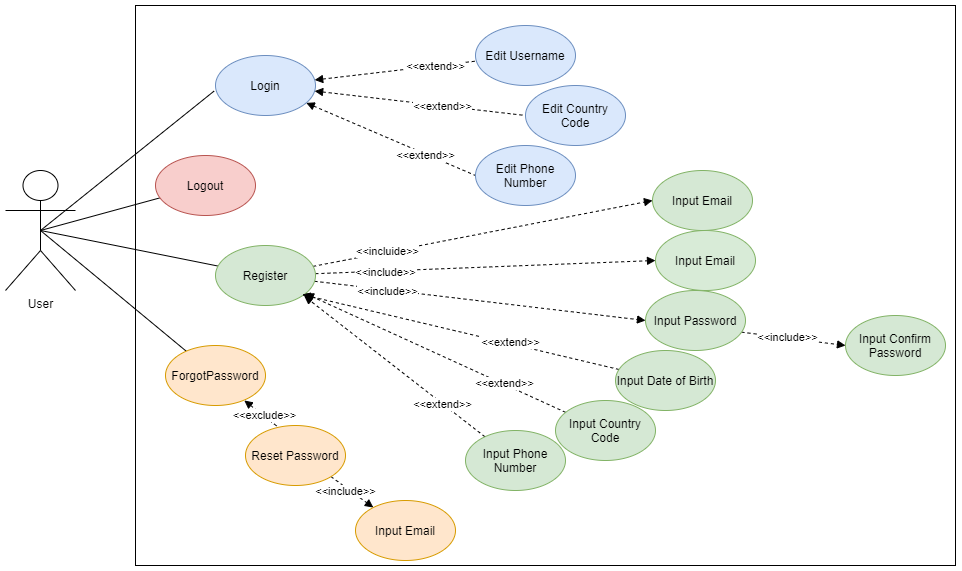
Earlier version of the draw.io export public/Diagrams/use-case-diagram.png (ianpea/Login-Service). Source tidied: cells renumbered, new cells last; positions are measured from the earlier drawing's top-left corner, leaving out a move shared by most shapes.
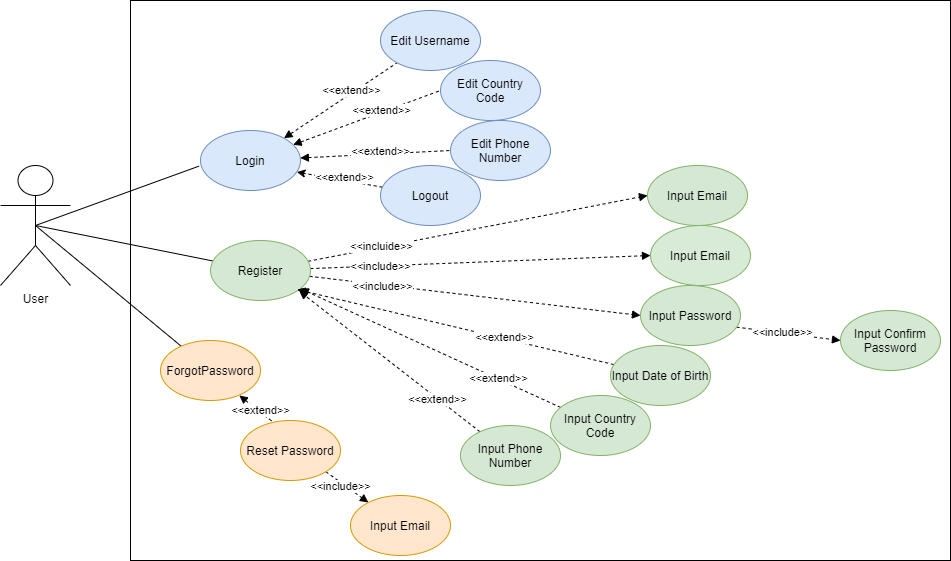
After the commit.

Change to the diagram source:
```diff
@@ -16,7 +16,7 @@
     </mxCell>
     <mxCell id="6" value="&amp;lt;&amp;lt;extend&amp;gt;&amp;gt;" style="edgeLabel;html=1;align=center;verticalAlign=middle;rotation=0;" parent="5" vertex="1">
       <mxGeometry x="-0.11" y="1" relative="1" as="geometry">
-        <mxPoint x="49" y="-5" as="offset" />
+        <mxPoint x="17.1" y="-13.6" as="offset" />
       </mxGeometry>
     </mxCell>
     <mxCell id="7" style="edgeStyle=none;rounded=0;jumpStyle=none;jettySize=auto;html=1;entryX=0;entryY=0.5;entryDx=0;entryDy=0;endArrow=none;endFill=0;dashed=1;startArrow=block;startFill=1;" parent="1" edge="1" source="11" target="27">
@@ -24,7 +24,7 @@
     </mxCell>
     <mxCell id="8" value="&amp;lt;&amp;lt;extend&amp;gt;&amp;gt;" style="edgeLabel;html=1;align=center;verticalAlign=middle;rotation=0;" parent="7" vertex="1">
       <mxGeometry x="-0.33" y="-2" relative="1" as="geometry">
-        <mxPoint x="56.5" y="4.3" as="offset" />
+        <mxPoint x="37" y="-17.9" as="offset" />
       </mxGeometry>
     </mxCell>
     <mxCell id="9" style="edgeStyle=none;rounded=0;jumpStyle=none;jettySize=auto;html=1;entryX=0;entryY=0.5;entryDx=0;entryDy=0;endArrow=none;endFill=0;dashed=1;startArrow=block;startFill=1;" parent="1" edge="1" source="11" target="26">
@@ -32,18 +32,12 @@
     </mxCell>
     <mxCell id="10" value="&amp;lt;&amp;lt;extend&amp;gt;&amp;gt;" style="edgeLabel;html=1;align=center;verticalAlign=middle;rotation=0;" parent="9" vertex="1">
       <mxGeometry x="-0.24" y="1" relative="1" as="geometry">
-        <mxPoint x="54.9" y="26.1" as="offset" />
+        <mxPoint x="23.3" y="-3.7" as="offset" />
       </mxGeometry>
     </mxCell>
     <mxCell id="11" value="Login" style="ellipse;whiteSpace=wrap;html=1;fillColor=#dae8fc;strokeColor=#6c8ebf;" parent="1" vertex="1">
-      <mxGeometry x="210" y="50" width="100" height="60" as="geometry" />
+      <mxGeometry x="200" y="130" width="100" height="60" as="geometry" />
     </mxCell>
-    <mxCell id="12" style="edgeStyle=none;rounded=0;jumpStyle=none;jettySize=auto;html=1;entryX=0.5;entryY=0.5;entryDx=0;entryDy=0;entryPerimeter=0;endArrow=none;endFill=0;" parent="1" edge="1" source="13" target="2">
-      <mxGeometry relative="1" as="geometry" />
-    </mxCell>
-    <mxCell id="13" value="Logout" style="ellipse;whiteSpace=wrap;html=1;fillColor=#f8cecc;strokeColor=#b85450;" parent="1" vertex="1">
-      <mxGeometry x="150" y="150" width="100" height="60" as="geometry" />
-    </mxCell>
     <mxCell id="14" style="edgeStyle=none;rounded=0;jumpStyle=none;jettySize=auto;html=1;entryX=0.5;entryY=0.5;entryDx=0;entryDy=0;entryPerimeter=0;endArrow=none;endFill=0;" parent="1" edge="1" source="21" target="2">
       <mxGeometry relative="1" as="geometry" />
     </mxCell>
@@ -86,13 +80,13 @@
       <mxGeometry x="240" y="420" width="100" height="60" as="geometry" />
     </mxCell>
     <mxCell id="25" value="Edit Username" style="ellipse;whiteSpace=wrap;html=1;fillColor=#dae8fc;strokeColor=#6c8ebf;" parent="1" vertex="1">
-      <mxGeometry x="470" y="20" width="100" height="60" as="geometry" />
+      <mxGeometry x="380" y="10" width="100" height="60" as="geometry" />
     </mxCell>
     <mxCell id="26" value="Edit Phone Number" style="ellipse;whiteSpace=wrap;html=1;fillColor=#dae8fc;strokeColor=#6c8ebf;" parent="1" vertex="1">
-      <mxGeometry x="470" y="140" width="100" height="60" as="geometry" />
+      <mxGeometry x="450" y="120" width="100" height="60" as="geometry" />
     </mxCell>
     <mxCell id="27" value="Edit Country Code" style="ellipse;whiteSpace=wrap;html=1;fillColor=#dae8fc;strokeColor=#6c8ebf;" parent="1" vertex="1">
-      <mxGeometry x="520" y="80" width="100" height="60" as="geometry" />
+      <mxGeometry x="440" y="60" width="100" height="60" as="geometry" />
     </mxCell>
     <mxCell id="28" value="Input Email" style="ellipse;whiteSpace=wrap;html=1;fillColor=#ffe6cc;strokeColor=#d79b00;" parent="1" vertex="1">
       <mxGeometry x="350" y="495" width="100" height="60" as="geometry" />
@@ -157,11 +151,22 @@
     <mxCell id="46" style="edgeStyle=none;rounded=0;jumpStyle=none;jettySize=auto;html=1;startArrow=block;startFill=1;endArrow=none;endFill=0;exitX=0.788;exitY=0.916;exitDx=0;exitDy=0;exitPerimeter=0;entryX=0.333;entryY=0.036;entryDx=0;entryDy=0;entryPerimeter=0;dashed=1;" parent="1" edge="1" source="48" target="24">
       <mxGeometry relative="1" as="geometry" />
     </mxCell>
-    <mxCell id="47" value="&amp;lt;&amp;lt;exclude&amp;gt;&amp;gt;" style="edgeLabel;html=1;align=center;verticalAlign=middle;" parent="46" vertex="1">
+    <mxCell id="47" value="&amp;lt;&amp;lt;extend&amp;gt;&amp;gt;" style="edgeLabel;html=1;align=center;verticalAlign=middle;" parent="46" vertex="1">
       <mxGeometry x="0.13" y="1" relative="1" as="geometry" />
     </mxCell>
     <mxCell id="48" value="ForgotPassword" style="ellipse;whiteSpace=wrap;html=1;fillColor=#ffe6cc;strokeColor=#d79b00;" parent="1" vertex="1">
       <mxGeometry x="160" y="340" width="100" height="60" as="geometry" />
     </mxCell>
+    <mxCell id="49" style="rounded=0;jettySize=auto;html=1;entryX=0.964;entryY=0.693;entryDx=0;entryDy=0;entryPerimeter=0;dashed=1;" parent="1" edge="1" source="13" target="11">
+      <mxGeometry relative="1" as="geometry" />
+    </mxCell>
+    <mxCell id="13" value="Logout" style="ellipse;whiteSpace=wrap;html=1;fillColor=#dae8fc;strokeColor=#6c8ebf;" parent="1" vertex="1">
+      <mxGeometry x="380" y="165" width="100" height="60" as="geometry" />
+    </mxCell>
+    <mxCell id="50" value="&amp;lt;&amp;lt;extend&amp;gt;&amp;gt;" style="edgeLabel;html=1;align=center;verticalAlign=middle;rotation=0;" parent="1" vertex="1">
+      <mxGeometry x="320" y="180" as="geometry">
+        <mxPoint x="23.3" y="-3.7" as="offset" />
+      </mxGeometry>
+    </mxCell>
   </root>
 </mxGraphModel>
```
